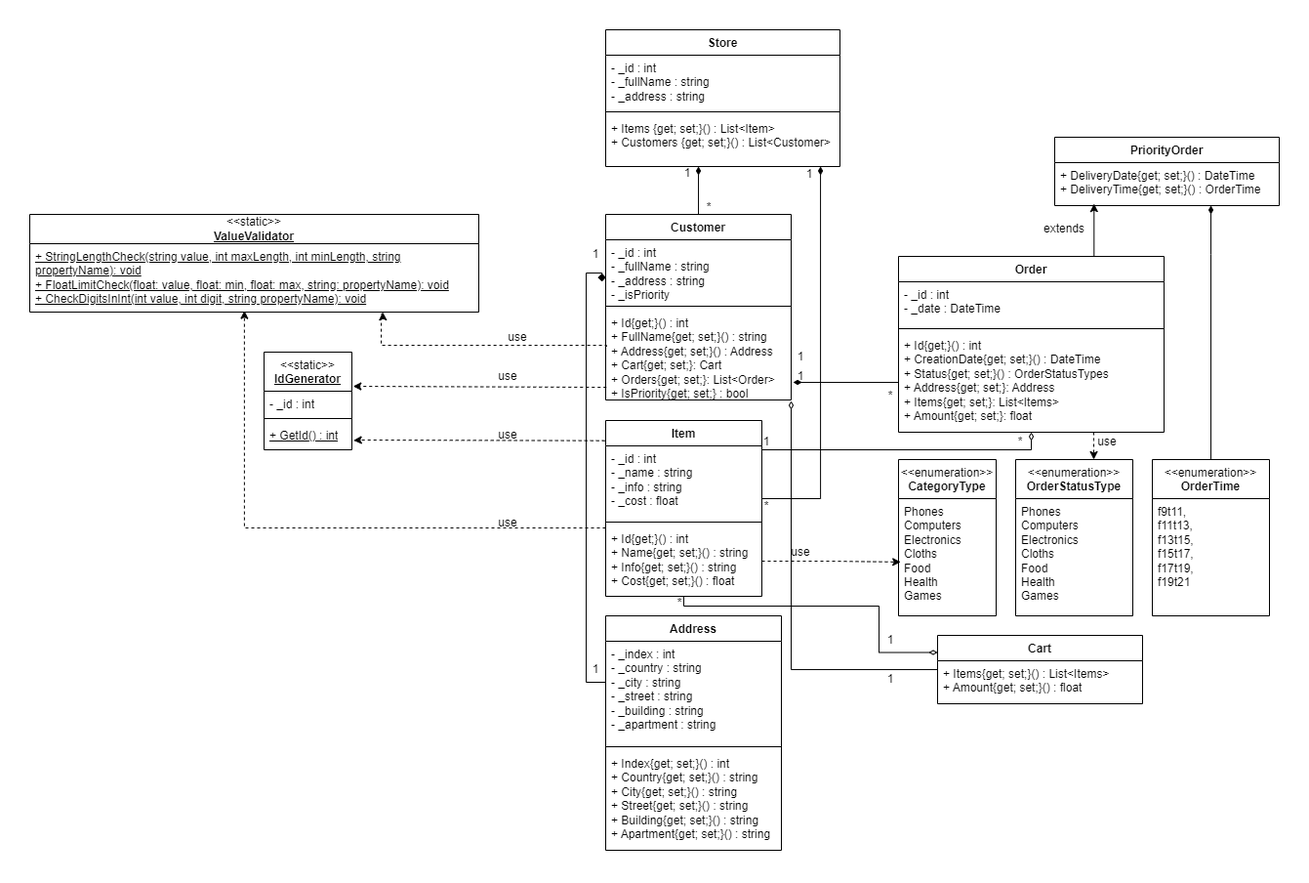
Before: oop-winform/Diagram.drawio.png, a diagram exported from draw.io (antoniocra04/oop-winform). Source tidied: cells renumbered, new cells last; positions are measured from the earlier drawing's top-left corner, leaving out a move shared by most shapes.
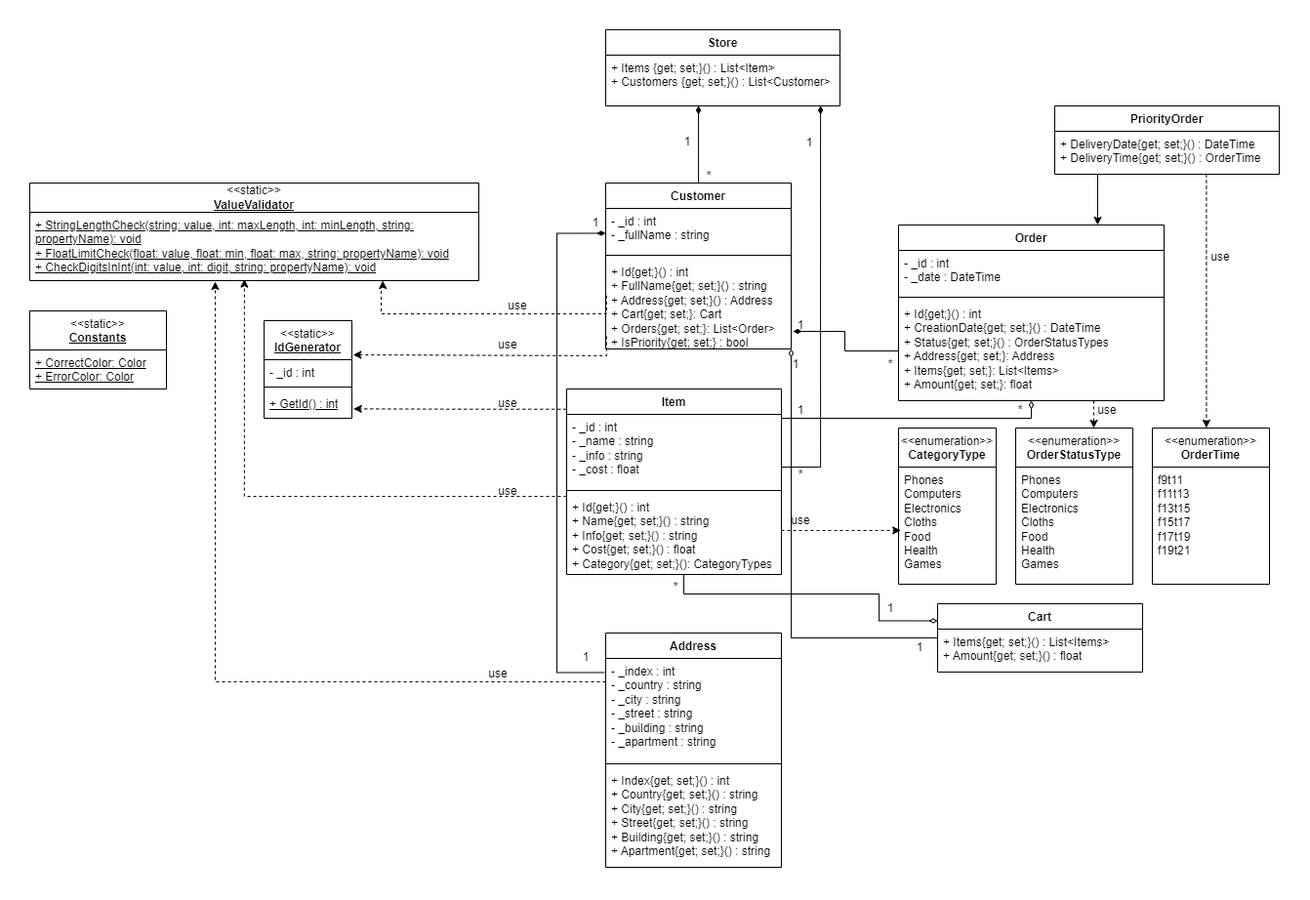
Later version of the same file.

Commit message:
fix(sln, diagram): исправленны замечания

Change to the diagram source:
```diff
@@ -5,24 +5,24 @@
     <mxCell id="2" value="Customer" style="swimlane;fontStyle=1;align=center;verticalAlign=top;horizontal=1;startSize=26;whiteSpace=wrap;html=1;" parent="1" vertex="1">
-      <mxGeometry x="590" y="189" width="190" height="190" as="geometry" />
+      <mxGeometry x="590" y="189" width="190" height="170" as="geometry" />
     </mxCell>
-    <mxCell id="3" value="- _id : int&lt;br&gt;- _fullName : string&lt;br&gt;- _address : string&lt;div&gt;- _isPriority&lt;br&gt;&lt;/div&gt;" style="text;strokeColor=none;fillColor=none;align=left;verticalAlign=top;spacingLeft=4;spacingRight=4;overflow=hidden;points=[[0,0.5],[1,0.5]];portConstraint=eastwest;whiteSpace=wrap;html=1;" parent="2" vertex="1">
-      <mxGeometry y="26" width="190" height="64" as="geometry" />
+    <mxCell id="3" value="- _id : int&lt;br&gt;- _fullName : string" style="text;strokeColor=none;fillColor=none;align=left;verticalAlign=top;spacingLeft=4;spacingRight=4;overflow=hidden;points=[[0,0.5],[1,0.5]];portConstraint=eastwest;whiteSpace=wrap;html=1;" parent="2" vertex="1">
+      <mxGeometry y="26" width="190" height="44" as="geometry" />
     </mxCell>
     <mxCell id="4" style="line;strokeWidth=1;fillColor=none;align=left;verticalAlign=middle;spacingTop=-1;spacingLeft=3;spacingRight=3;labelPosition=right;strokeColor=inherit;" parent="2" vertex="1">
-      <mxGeometry y="90" width="190" height="8" as="geometry" />
+      <mxGeometry y="70" width="190" height="8" as="geometry" />
     </mxCell>
     <mxCell id="5" value="+ Id{get;}() : int&lt;br&gt;+ FullName{get; set;}() : string&lt;br&gt;+ Address{get; set;}() : Address&lt;div&gt;+ Cart{get; set;}: Cart&lt;/div&gt;&lt;div&gt;+ Orders{get; set;}: List&amp;lt;Order&amp;gt;&lt;/div&gt;&lt;div&gt;+ IsPriority{get; set;} : bool&lt;br&gt;&lt;/div&gt;" style="text;strokeColor=none;fillColor=none;align=left;verticalAlign=top;spacingLeft=4;spacingRight=4;overflow=hidden;points=[[0,0.5],[1,0.5]];portConstraint=eastwest;whiteSpace=wrap;html=1;" parent="2" vertex="1">
-      <mxGeometry y="98" width="190" height="92" as="geometry" />
+      <mxGeometry y="78" width="190" height="92" as="geometry" />
     </mxCell>
     <mxCell id="6" value="Item" style="swimlane;fontStyle=1;align=center;verticalAlign=top;horizontal=1;startSize=26;whiteSpace=wrap;html=1;" parent="1" vertex="1">
-      <mxGeometry x="590" y="400" width="160" height="180" as="geometry" />
+      <mxGeometry x="550" y="400" width="220" height="190" as="geometry" />
     </mxCell>
     <mxCell id="7" value="- _id : int&lt;br&gt;- _name : string&lt;br&gt;- _info : string&lt;br&gt;- _cost : float" style="text;strokeColor=none;fillColor=none;align=left;verticalAlign=top;spacingLeft=4;spacingRight=4;overflow=hidden;points=[[0,0.5],[1,0.5]];portConstraint=eastwest;whiteSpace=wrap;html=1;" parent="6" vertex="1">
-      <mxGeometry y="26" width="160" height="74" as="geometry" />
+      <mxGeometry y="26" width="220" height="74" as="geometry" />
     </mxCell>
     <mxCell id="8" style="line;strokeWidth=1;fillColor=none;align=left;verticalAlign=middle;spacingTop=-1;spacingLeft=3;spacingRight=3;labelPosition=right;strokeColor=inherit;" parent="6" vertex="1">
-      <mxGeometry y="100" width="160" height="8" as="geometry" />
+      <mxGeometry y="100" width="220" height="8" as="geometry" />
     </mxCell>
-    <mxCell id="9" value="+ Id{get;}() : int&lt;br&gt;+ Name{get; set;}() : string&lt;br&gt;+ Info{get; set;}() : string&lt;br&gt;+ Cost{get; set;}() : float" style="text;strokeColor=none;fillColor=none;align=left;verticalAlign=top;spacingLeft=4;spacingRight=4;overflow=hidden;points=[[0,0.5],[1,0.5]];portConstraint=eastwest;whiteSpace=wrap;html=1;" parent="6" vertex="1">
-      <mxGeometry y="108" width="160" height="72" as="geometry" />
+    <mxCell id="9" value="+ Id{get;}() : int&lt;br&gt;+ Name{get; set;}() : string&lt;br&gt;+ Info{get; set;}() : string&lt;br&gt;+ Cost{get; set;}() : float&lt;div&gt;+ Category{get; set;}(): CategoryTypes&lt;/div&gt;" style="text;strokeColor=none;fillColor=none;align=left;verticalAlign=top;spacingLeft=4;spacingRight=4;overflow=hidden;points=[[0,0.5],[1,0.5]];portConstraint=eastwest;whiteSpace=wrap;html=1;" parent="6" vertex="1">
+      <mxGeometry y="108" width="220" height="82" as="geometry" />
     </mxCell>
@@ -43,3 +43,3 @@
     </mxCell>
-    <mxCell id="15" value="&lt;div&gt;&lt;u&gt;+ StringLengthCheck(string value, int maxLength, int minLength, string propertyName): void&lt;br&gt;&lt;/u&gt;&lt;/div&gt;&lt;div&gt;&lt;u&gt;+ FloatLimitCheck(float: value, float: min, float: max, string: propertyName): void&lt;br&gt;&lt;/u&gt;&lt;/div&gt;&lt;div&gt;&lt;u&gt;+ CheckDigitsInInt(int value, int digit, string propertyName): void&lt;/u&gt;&lt;br&gt;&lt;/div&gt;" style="text;strokeColor=none;fillColor=none;align=left;verticalAlign=top;spacingLeft=4;spacingRight=4;overflow=hidden;points=[[0,0.5],[1,0.5]];portConstraint=eastwest;whiteSpace=wrap;html=1;" parent="14" vertex="1">
+    <mxCell id="15" value="&lt;div&gt;&lt;u&gt;+ StringLengthCheck(string: value, int: maxLength, int: minLength, string: propertyName): void&lt;br&gt;&lt;/u&gt;&lt;/div&gt;&lt;div&gt;&lt;u&gt;+ FloatLimitCheck(float: value, float: min, float: max, string: propertyName): void&lt;br&gt;&lt;/u&gt;&lt;/div&gt;&lt;div&gt;&lt;u&gt;+ CheckDigitsInInt(int: value, int: digit, string: propertyName): void&lt;/u&gt;&lt;br&gt;&lt;/div&gt;" style="text;strokeColor=none;fillColor=none;align=left;verticalAlign=top;spacingLeft=4;spacingRight=4;overflow=hidden;points=[[0,0.5],[1,0.5]];portConstraint=eastwest;whiteSpace=wrap;html=1;" parent="14" vertex="1">
       <mxGeometry y="30" width="460" height="70" as="geometry" />
@@ -71,10 +71,4 @@
     </mxCell>
-    <mxCell id="19" style="edgeStyle=orthogonalEdgeStyle;rounded=0;jettySize=auto;html=1;entryX=1.019;entryY=0.655;entryDx=0;entryDy=0;dashed=1;entryPerimeter=0;exitX=-0.005;exitY=0.115;exitDx=0;exitDy=0;exitPerimeter=0;" parent="1" edge="1" source="6" target="13">
-      <mxGeometry relative="1" as="geometry">
-        <Array as="points">
-          <mxPoint x="587" y="421" />
-          <mxPoint x="340" y="420" />
-          <mxPoint x="340" y="390" />
-        </Array>
-      </mxGeometry>
+    <mxCell id="19" style="edgeStyle=orthogonalEdgeStyle;rounded=0;jettySize=auto;html=1;entryX=1.019;entryY=0.655;entryDx=0;entryDy=0;dashed=1;entryPerimeter=0;exitX=-0.001;exitY=0.109;exitDx=0;exitDy=0;exitPerimeter=0;" parent="1" edge="1" source="6" target="13">
+      <mxGeometry relative="1" as="geometry" />
     </mxCell>
@@ -90,3 +84,3 @@
     <mxCell id="23" value="Address" style="swimlane;fontStyle=1;align=center;verticalAlign=top;horizontal=1;startSize=26;whiteSpace=wrap;html=1;" parent="1" vertex="1">
-      <mxGeometry x="590" y="600" width="180" height="240" as="geometry" />
+      <mxGeometry x="590" y="650" width="180" height="240" as="geometry" />
     </mxCell>
@@ -101,7 +95,7 @@
     </mxCell>
-    <mxCell id="27" style="edgeStyle=orthogonalEdgeStyle;rounded=0;jettySize=auto;html=1;entryX=-0.02;entryY=0.669;entryDx=0;entryDy=0;endArrow=diamond;endFill=1;entryPerimeter=0;" parent="1" edge="1" source="24" target="3">
+    <mxCell id="27" style="edgeStyle=orthogonalEdgeStyle;rounded=0;jettySize=auto;html=1;entryX=-0.001;entryY=0.579;entryDx=0;entryDy=0;endArrow=diamondThin;endFill=1;entryPerimeter=0;exitX=-0.007;exitY=0.139;exitDx=0;exitDy=0;exitPerimeter=0;" parent="1" edge="1" source="24" target="3">
       <mxGeometry relative="1" as="geometry">
         <Array as="points">
-          <mxPoint x="570" y="668" />
-          <mxPoint x="570" y="249" />
+          <mxPoint x="540" y="691" />
+          <mxPoint x="540" y="240" />
         </Array>
@@ -116,6 +110,11 @@
     <mxCell id="30" value="1" style="text;html=1;align=center;verticalAlign=middle;whiteSpace=wrap;rounded=0;" parent="1" vertex="1">
-      <mxGeometry x="550" y="640" width="60" height="30" as="geometry" />
+      <mxGeometry x="540" y="660" width="60" height="30" as="geometry" />
     </mxCell>
     <mxCell id="31" style="edgeStyle=orthogonalEdgeStyle;rounded=0;jettySize=auto;html=1;entryX=0.022;entryY=0.541;entryDx=0;entryDy=0;entryPerimeter=0;dashed=1;" parent="1" edge="1" source="9" target="29">
-      <mxGeometry relative="1" as="geometry" />
+      <mxGeometry relative="1" as="geometry">
+        <Array as="points">
+          <mxPoint x="800" y="545" />
+          <mxPoint x="800" y="545" />
+        </Array>
+      </mxGeometry>
     </mxCell>
@@ -128,12 +127,6 @@
     <mxCell id="34" value="Store" style="swimlane;fontStyle=1;align=center;verticalAlign=top;horizontal=1;startSize=26;whiteSpace=wrap;html=1;" parent="1" vertex="1">
-      <mxGeometry x="590" width="240" height="140" as="geometry" />
+      <mxGeometry x="590" y="32" width="240" height="78" as="geometry" />
     </mxCell>
-    <mxCell id="35" value="- _id : int&lt;br&gt;- _fullName : string&lt;br&gt;- _address : string" style="text;strokeColor=none;fillColor=none;align=left;verticalAlign=top;spacingLeft=4;spacingRight=4;overflow=hidden;whiteSpace=wrap;html=1;" parent="34" vertex="1">
-      <mxGeometry y="26" width="240" height="54" as="geometry" />
-    </mxCell>
-    <mxCell id="36" style="line;strokeWidth=1;fillColor=none;align=left;verticalAlign=middle;spacingTop=-1;spacingLeft=3;spacingRight=3;labelPosition=right;strokeColor=inherit;" parent="34" vertex="1">
-      <mxGeometry y="80" width="240" height="8" as="geometry" />
-    </mxCell>
     <mxCell id="37" value="+ Items {get; set;}() :&amp;nbsp;List&amp;lt;Item&amp;gt;&lt;br&gt;+ Customers {get; set;}() :&amp;nbsp;List&amp;lt;Customer&amp;gt;" style="text;strokeColor=none;fillColor=none;align=left;verticalAlign=top;spacingLeft=4;spacingRight=4;overflow=hidden;points=[[0,0.5],[1,0.5]];portConstraint=eastwest;whiteSpace=wrap;html=1;" parent="34" vertex="1">
-      <mxGeometry y="88" width="240" height="52" as="geometry" />
+      <mxGeometry y="26" width="240" height="52" as="geometry" />
     </mxCell>
@@ -159,3 +152,3 @@
     <mxCell id="43" value="*" style="text;html=1;align=center;verticalAlign=middle;whiteSpace=wrap;rounded=0;" parent="1" vertex="1">
-      <mxGeometry x="740" y="473" width="30" height="30" as="geometry" />
+      <mxGeometry x="775" y="473" width="30" height="30" as="geometry" />
     </mxCell>
@@ -201,3 +194,3 @@
     <mxCell id="57" value="1" style="text;html=1;align=center;verticalAlign=middle;whiteSpace=wrap;rounded=0;" parent="1" vertex="1">
-      <mxGeometry x="740" y="407" width="30" height="30" as="geometry" />
+      <mxGeometry x="775" y="407" width="30" height="30" as="geometry" />
     </mxCell>
@@ -210,5 +203,4 @@
     </mxCell>
-    <mxCell id="59" style="edgeStyle=orthogonalEdgeStyle;rounded=0;jettySize=auto;html=1;endArrow=diamondThin;endFill=0;" parent="1" edge="1" source="44">
+    <mxCell id="59" style="edgeStyle=orthogonalEdgeStyle;rounded=0;jettySize=auto;html=1;endArrow=diamondThin;endFill=0;entryX=1;entryY=1;entryDx=0;entryDy=0;" parent="1" edge="1" source="44" target="2">
       <mxGeometry relative="1" as="geometry">
-        <mxPoint x="780" y="380" as="targetPoint" />
         <Array as="points">
@@ -221,5 +213,5 @@
         <Array as="points">
-          <mxPoint x="670" y="590" />
-          <mxPoint x="870" y="590" />
-          <mxPoint x="870" y="638" />
+          <mxPoint x="670" y="610" />
+          <mxPoint x="870" y="610" />
+          <mxPoint x="870" y="637" />
         </Array>
@@ -228,9 +220,9 @@
     <mxCell id="61" value="*" style="text;html=1;align=center;verticalAlign=middle;whiteSpace=wrap;rounded=0;" parent="1" vertex="1">
-      <mxGeometry x="651" y="572" width="30" height="30" as="geometry" />
+      <mxGeometry x="647" y="588" width="30" height="30" as="geometry" />
     </mxCell>
     <mxCell id="62" value="1" style="text;html=1;align=center;verticalAlign=middle;whiteSpace=wrap;rounded=0;" parent="1" vertex="1">
-      <mxGeometry x="867" y="650" width="30" height="30" as="geometry" />
+      <mxGeometry x="897" y="650" width="30" height="30" as="geometry" />
     </mxCell>
     <mxCell id="63" value="1" style="text;html=1;align=center;verticalAlign=middle;whiteSpace=wrap;rounded=0;" parent="1" vertex="1">
-      <mxGeometry x="775" y="340" width="30" height="30" as="geometry" />
+      <mxGeometry x="770" y="360" width="30" height="30" as="geometry" />
     </mxCell>
@@ -245,20 +237,2 @@
     </mxCell>
-    <mxCell id="67" style="edgeStyle=orthogonalEdgeStyle;rounded=0;jettySize=auto;html=1;entryX=0.175;entryY=0.956;entryDx=0;entryDy=0;entryPerimeter=0;" parent="1" edge="1" source="46" target="66">
-      <mxGeometry relative="1" as="geometry">
-        <Array as="points">
-          <mxPoint x="1090" y="178" />
-        </Array>
-      </mxGeometry>
-    </mxCell>
-    <mxCell id="68" value="extends" style="text;html=1;align=center;verticalAlign=middle;whiteSpace=wrap;rounded=0;" parent="1" vertex="1">
-      <mxGeometry x="1030" y="189" width="60" height="30" as="geometry" />
-    </mxCell>
-    <mxCell id="69" style="edgeStyle=orthogonalEdgeStyle;rounded=0;jettySize=auto;html=1;endArrow=diamondThin;endFill=1;" parent="1" edge="1" source="70" target="66">
-      <mxGeometry relative="1" as="geometry">
-        <Array as="points">
-          <mxPoint x="1210" y="230" />
-          <mxPoint x="1210" y="230" />
-        </Array>
-      </mxGeometry>
-    </mxCell>
     <mxCell id="70" value="&lt;span style=&quot;font-weight: normal;&quot;&gt;&amp;lt;&amp;lt;enumeration&amp;gt;&amp;gt;&lt;/span&gt;&lt;br&gt;OrderTime" style="swimlane;fontStyle=1;align=center;verticalAlign=top;horizontal=1;startSize=40;whiteSpace=wrap;html=1;" parent="1" vertex="1">
@@ -266,3 +240,3 @@
     </mxCell>
-    <mxCell id="71" value="&lt;div&gt;f9t11,&lt;/div&gt;&lt;div&gt;f11t13,&lt;/div&gt;&lt;div&gt;f13t15,&lt;/div&gt;&lt;div&gt;f15t17,&lt;/div&gt;&lt;div&gt;f17t19,&lt;/div&gt;&lt;div&gt;&lt;span style=&quot;background-color: initial;&quot;&gt;f19t21&lt;/span&gt;&lt;/div&gt;" style="text;strokeColor=none;fillColor=none;align=left;verticalAlign=top;spacingLeft=4;spacingRight=4;overflow=hidden;whiteSpace=wrap;html=1;" parent="70" vertex="1">
+    <mxCell id="71" value="&lt;div&gt;f9t11&lt;/div&gt;&lt;div&gt;f11t13&lt;/div&gt;&lt;div&gt;f13t15&lt;/div&gt;&lt;div&gt;f15t17&lt;/div&gt;&lt;div&gt;f17t19&lt;/div&gt;&lt;div&gt;&lt;span style=&quot;background-color: initial;&quot;&gt;f19t21&lt;/span&gt;&lt;/div&gt;" style="text;strokeColor=none;fillColor=none;align=left;verticalAlign=top;spacingLeft=4;spacingRight=4;overflow=hidden;whiteSpace=wrap;html=1;" parent="70" vertex="1">
       <mxGeometry y="40" width="120" height="120" as="geometry" />
@@ -280,2 +254,36 @@
     </mxCell>
+    <mxCell id="74" value="&lt;span style=&quot;font-weight: normal;&quot;&gt;&amp;lt;&amp;lt;static&amp;gt;&amp;gt;&lt;/span&gt;&lt;br&gt;&lt;u&gt;Constants&lt;/u&gt;" style="swimlane;fontStyle=1;align=center;verticalAlign=top;horizontal=1;startSize=40;whiteSpace=wrap;html=1;" parent="1" vertex="1">
+      <mxGeometry y="320" width="140" height="80" as="geometry" />
+    </mxCell>
+    <mxCell id="75" value="&lt;u&gt;+ CorrectColor: Color&lt;/u&gt;&lt;div&gt;&lt;u&gt;+ ErrorColor: Color&lt;br&gt;&lt;/u&gt;&lt;div&gt;&lt;br&gt;&lt;/div&gt;&lt;/div&gt;" style="text;strokeColor=none;fillColor=none;align=left;verticalAlign=top;spacingLeft=4;spacingRight=4;overflow=hidden;whiteSpace=wrap;html=1;" parent="74" vertex="1">
+      <mxGeometry y="40" width="140" height="40" as="geometry" />
+    </mxCell>
+    <mxCell id="76" style="edgeStyle=orthogonalEdgeStyle;rounded=0;jettySize=auto;html=1;entryX=0.462;entryY=-0.001;entryDx=0;entryDy=0;entryPerimeter=0;dashed=1;" parent="1" edge="1" source="66" target="70">
+      <mxGeometry relative="1" as="geometry">
+        <Array as="points">
+          <mxPoint x="1205" y="310" />
+        </Array>
+      </mxGeometry>
+    </mxCell>
+    <mxCell id="77" value="use" style="text;html=1;align=center;verticalAlign=middle;whiteSpace=wrap;rounded=0;" parent="1" vertex="1">
+      <mxGeometry x="1190" y="250" width="60" height="30" as="geometry" />
+    </mxCell>
+    <mxCell id="78" style="edgeStyle=orthogonalEdgeStyle;rounded=0;jettySize=auto;html=1;entryX=0.75;entryY=0;entryDx=0;entryDy=0;" parent="1" edge="1" source="66" target="46">
+      <mxGeometry relative="1" as="geometry">
+        <Array as="points">
+          <mxPoint x="1094" y="180" />
+          <mxPoint x="1094" y="180" />
+        </Array>
+      </mxGeometry>
+    </mxCell>
+    <mxCell id="79" style="edgeStyle=orthogonalEdgeStyle;rounded=0;jettySize=auto;html=1;entryX=0.413;entryY=1.014;entryDx=0;entryDy=0;entryPerimeter=0;dashed=1;" parent="1" edge="1" source="24" target="15">
+      <mxGeometry relative="1" as="geometry">
+        <Array as="points">
+          <mxPoint x="190" y="700" />
+        </Array>
+      </mxGeometry>
+    </mxCell>
+    <mxCell id="80" value="use" style="text;html=1;align=center;verticalAlign=middle;whiteSpace=wrap;rounded=0;" parent="1" vertex="1">
+      <mxGeometry x="450" y="677" width="60" height="30" as="geometry" />
+    </mxCell>
   </root>
```
